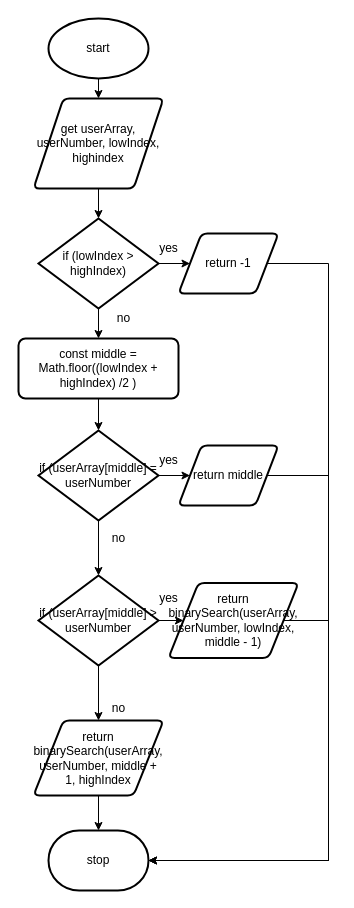
Before: flowchart.drawio in Seti-Ngabo/ICS4U-Unit3-03, a draw.io diagram. Source tidied: cells renumbered, new cells numbered last; positions are measured from the earlier drawing's top-left corner, leaving out a move shared by most shapes. Both pictures are drawn from the tidied source at 100%, with x=0, y=0 at pixel (18, 18).
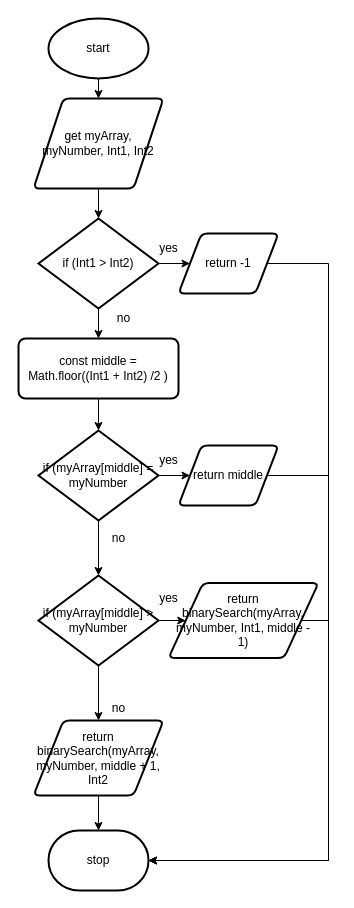
After the change.

What changed in the source:
```diff
@@
-    <mxCell id="6" value="get userArray, userNumber, lowIndex, highindex" style="shape=parallelogram;html=1;strokeWidth=2;perimeter=parallelogramPerimeter;whiteSpace=wrap;rounded=1;arcSize=12;size=0.23;" parent="1" vertex="1">
+    <mxCell id="6" value="get myArray, myNumber, Int1, Int2" style="shape=parallelogram;html=1;strokeWidth=2;perimeter=parallelogramPerimeter;whiteSpace=wrap;rounded=1;arcSize=12;size=0.23;" parent="1" vertex="1">
       <mxGeometry x="15" y="80" width="130" height="90" as="geometry" />
     </mxCell>
@@
-    <mxCell id="9" value="&lt;span&gt;if (lowIndex &amp;gt; highIndex)&lt;/span&gt;" style="strokeWidth=2;html=1;shape=mxgraph.flowchart.decision;whiteSpace=wrap;" parent="1" vertex="1">
+    <mxCell id="9" value="&lt;span&gt;if (Int1 &amp;gt; Int2)&lt;/span&gt;" style="strokeWidth=2;html=1;shape=mxgraph.flowchart.decision;whiteSpace=wrap;" parent="1" vertex="1">
       <mxGeometry x="20" y="200" width="120" height="90" as="geometry" />
     </mxCell>
@@
-    <mxCell id="13" value="&lt;span&gt;const middle = Math.floor((lowIndex + highIndex) /2 )&lt;/span&gt;" style="rounded=1;whiteSpace=wrap;html=1;absoluteArcSize=1;arcSize=14;strokeWidth=2;" parent="1" vertex="1">
+    <mxCell id="13" value="&lt;span&gt;const middle = Math.floor((Int1 + Int2) /2 )&lt;/span&gt;" style="rounded=1;whiteSpace=wrap;html=1;absoluteArcSize=1;arcSize=14;strokeWidth=2;" parent="1" vertex="1">
       <mxGeometry y="320" width="160" height="60" as="geometry" />
     </mxCell>
@@
-    <mxCell id="16" value="if (userArray[middle] = userNumber" style="strokeWidth=2;html=1;shape=mxgraph.flowchart.decision;whiteSpace=wrap;" parent="1" vertex="1">
+    <mxCell id="16" value="if (myArray[middle] = myNumber" style="strokeWidth=2;html=1;shape=mxgraph.flowchart.decision;whiteSpace=wrap;" parent="1" vertex="1">
       <mxGeometry x="20" y="412" width="120" height="90" as="geometry" />
     </mxCell>
@@
-    <mxCell id="24" value="if (userArray[middle] &amp;gt; userNumber" style="strokeWidth=2;html=1;shape=mxgraph.flowchart.decision;whiteSpace=wrap;" parent="1" vertex="1">
+    <mxCell id="24" value="if (myArray[middle] &amp;gt; myNumber" style="strokeWidth=2;html=1;shape=mxgraph.flowchart.decision;whiteSpace=wrap;" parent="1" vertex="1">
       <mxGeometry x="20" y="557" width="120" height="90" as="geometry" />
     </mxCell>
@@
-    <mxCell id="27" value="&lt;span&gt;return binarySearch(userArray, userNumber, lowIndex, middle - 1)&lt;/span&gt;" style="shape=parallelogram;html=1;strokeWidth=2;perimeter=parallelogramPerimeter;whiteSpace=wrap;rounded=1;arcSize=12;size=0.23;" parent="1" vertex="1">
-      <mxGeometry x="150" y="564.5" width="130" height="75" as="geometry" />
+    <mxCell id="27" value="&lt;span&gt;return binarySearch(myArray, myNumber, Int1, middle - 1)&lt;/span&gt;" style="shape=parallelogram;html=1;strokeWidth=2;perimeter=parallelogramPerimeter;whiteSpace=wrap;rounded=1;arcSize=12;size=0.23;" parent="1" vertex="1">
+      <mxGeometry x="150" y="564.5" width="150" height="75" as="geometry" />
     </mxCell>
@@
-    <mxCell id="29" value="return binarySearch(userArray, userNumber, middle + 1, highIndex" style="shape=parallelogram;html=1;strokeWidth=2;perimeter=parallelogramPerimeter;whiteSpace=wrap;rounded=1;arcSize=12;size=0.23;" parent="1" vertex="1">
+    <mxCell id="29" value="return binarySearch(myArray, myNumber, middle + 1, Int2" style="shape=parallelogram;html=1;strokeWidth=2;perimeter=parallelogramPerimeter;whiteSpace=wrap;rounded=1;arcSize=12;size=0.23;" parent="1" vertex="1">
       <mxGeometry x="15" y="702" width="130" height="75" as="geometry" />
     </mxCell>
```
